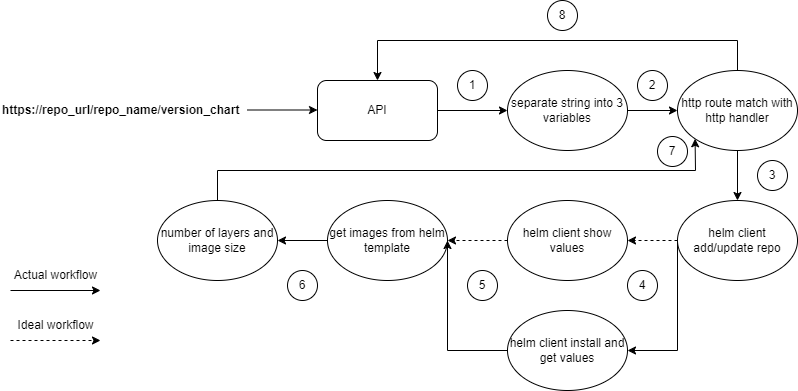
Earlier version of the draw.io export image.png (juanignacionavarro8/api_golang). Source tidied: cells renumbered, new cells last; positions are measured from the earlier drawing's top-left corner, leaving out a move shared by most shapes. The source it was exported from:
```xml
<mxGraphModel>
  <root>
    <mxCell id="0" />
    <mxCell id="1" parent="0" />
    <mxCell id="2" value="API" style="rounded=1;whiteSpace=wrap;html=1;" parent="1" vertex="1">
      <mxGeometry x="317" y="80" width="120" height="60" as="geometry" />
    </mxCell>
    <mxCell id="3" style="endArrow=classic;html=1;rounded=0;" parent="1" edge="1">
      <mxGeometry relative="1" as="geometry">
        <mxPoint x="247" y="109.5" as="sourcePoint" />
        <mxPoint x="317" y="109.5" as="targetPoint" />
      </mxGeometry>
    </mxCell>
    <mxCell id="4" value="https://repo_url/repo_name/version_chart" style="text;whiteSpace=wrap;fontStyle=1;" parent="1" vertex="1">
      <mxGeometry y="96" width="220" height="40" as="geometry" />
    </mxCell>
    <mxCell id="5" value="separate string into 3 variables" style="ellipse;whiteSpace=wrap;html=1;" parent="1" vertex="1">
      <mxGeometry x="507" y="70" width="120" height="80" as="geometry" />
    </mxCell>
    <mxCell id="6" value="http route match with http handler" style="ellipse;whiteSpace=wrap;html=1;" parent="1" vertex="1">
      <mxGeometry x="677" y="70" width="120" height="80" as="geometry" />
    </mxCell>
    <mxCell id="7" value="helm client add/update repo" style="ellipse;whiteSpace=wrap;html=1;" parent="1" vertex="1">
      <mxGeometry x="677" y="200" width="120" height="80" as="geometry" />
    </mxCell>
    <mxCell id="8" value="helm client install and get values" style="ellipse;whiteSpace=wrap;html=1;" parent="1" vertex="1">
      <mxGeometry x="507" y="310" width="120" height="80" as="geometry" />
    </mxCell>
    <mxCell id="9" value="helm client show values" style="ellipse;whiteSpace=wrap;html=1;" parent="1" vertex="1">
      <mxGeometry x="507" y="200" width="120" height="80" as="geometry" />
    </mxCell>
    <mxCell id="10" value="get images from helm template" style="ellipse;whiteSpace=wrap;html=1;" parent="1" vertex="1">
      <mxGeometry x="327" y="200" width="120" height="80" as="geometry" />
    </mxCell>
    <mxCell id="11" value="number of layers and image size" style="ellipse;whiteSpace=wrap;html=1;" parent="1" vertex="1">
      <mxGeometry x="157" y="200" width="120" height="80" as="geometry" />
    </mxCell>
    <mxCell id="12" style="endArrow=classic;html=1;rounded=0;exitX=1;exitY=0.5;exitDx=0;exitDy=0;entryX=0;entryY=0.5;entryDx=0;entryDy=0;" parent="1" edge="1" source="2" target="5">
      <mxGeometry relative="1" as="geometry" />
    </mxCell>
    <mxCell id="13" style="endArrow=classic;html=1;rounded=0;exitX=1;exitY=0.5;exitDx=0;exitDy=0;entryX=0;entryY=0.5;entryDx=0;entryDy=0;" parent="1" edge="1" source="5" target="6">
      <mxGeometry relative="1" as="geometry" />
    </mxCell>
    <mxCell id="14" style="endArrow=classic;html=1;rounded=0;entryX=0.5;entryY=0;entryDx=0;entryDy=0;exitX=0.5;exitY=1;exitDx=0;exitDy=0;" parent="1" edge="1" source="6" target="7">
      <mxGeometry relative="1" as="geometry" />
    </mxCell>
    <mxCell id="15" style="endArrow=classic;html=1;rounded=0;exitX=0;exitY=0.5;exitDx=0;exitDy=0;entryX=1;entryY=0.5;entryDx=0;entryDy=0;dashed=1;" parent="1" edge="1" source="7" target="9">
      <mxGeometry relative="1" as="geometry" />
    </mxCell>
    <mxCell id="16" style="endArrow=classic;html=1;rounded=0;entryX=1;entryY=0.5;entryDx=0;entryDy=0;" parent="1" edge="1" target="8">
      <mxGeometry relative="1" as="geometry">
        <mxPoint x="677" y="240" as="sourcePoint" />
        <Array as="points">
          <mxPoint x="677" y="350" />
        </Array>
      </mxGeometry>
    </mxCell>
    <mxCell id="17" style="endArrow=classic;html=1;rounded=0;exitX=0;exitY=0.5;exitDx=0;exitDy=0;entryX=1;entryY=0.5;entryDx=0;entryDy=0;dashed=1;" parent="1" edge="1" source="9" target="10">
      <mxGeometry relative="1" as="geometry" />
    </mxCell>
    <mxCell id="18" style="endArrow=classic;html=1;rounded=0;exitX=0;exitY=0.5;exitDx=0;exitDy=0;entryX=1;entryY=0.5;entryDx=0;entryDy=0;" parent="1" edge="1" source="8" target="10">
      <mxGeometry relative="1" as="geometry">
        <Array as="points">
          <mxPoint x="447" y="350" />
        </Array>
      </mxGeometry>
    </mxCell>
    <mxCell id="19" style="endArrow=classic;html=1;rounded=0;exitX=0;exitY=0.5;exitDx=0;exitDy=0;entryX=1;entryY=0.5;entryDx=0;entryDy=0;" parent="1" edge="1" source="10" target="11">
      <mxGeometry relative="1" as="geometry" />
    </mxCell>
    <mxCell id="20" style="endArrow=classic;html=1;rounded=0;" parent="1" edge="1">
      <mxGeometry relative="1" as="geometry">
        <mxPoint x="10" y="290" as="sourcePoint" />
        <mxPoint x="100" y="290" as="targetPoint" />
      </mxGeometry>
    </mxCell>
    <mxCell id="21" value="Actual workflow" style="text;html=1;align=center;verticalAlign=middle;strokeColor=none;fillColor=none;" parent="1" vertex="1">
      <mxGeometry y="260" width="110" height="30" as="geometry" />
    </mxCell>
    <mxCell id="22" style="endArrow=classic;html=1;rounded=0;dashed=1;" parent="1" edge="1">
      <mxGeometry relative="1" as="geometry">
        <mxPoint x="10" y="340" as="sourcePoint" />
        <mxPoint x="100" y="340" as="targetPoint" />
      </mxGeometry>
    </mxCell>
    <mxCell id="23" value="Ideal workflow" style="text;html=1;align=center;verticalAlign=middle;strokeColor=none;fillColor=none;" parent="1" vertex="1">
      <mxGeometry x="5" y="310" width="100" height="30" as="geometry" />
    </mxCell>
    <mxCell id="24" value="1" style="ellipse;whiteSpace=wrap;html=1;" parent="1" vertex="1">
      <mxGeometry x="457" y="70" width="30" height="30" as="geometry" />
    </mxCell>
    <mxCell id="25" value="2" style="ellipse;whiteSpace=wrap;html=1;" parent="1" vertex="1">
      <mxGeometry x="637" y="70" width="30" height="30" as="geometry" />
    </mxCell>
    <mxCell id="26" value="3" style="ellipse;whiteSpace=wrap;html=1;" parent="1" vertex="1">
      <mxGeometry x="757" y="160" width="30" height="30" as="geometry" />
    </mxCell>
    <mxCell id="27" value="4" style="ellipse;whiteSpace=wrap;html=1;" parent="1" vertex="1">
      <mxGeometry x="627" y="270" width="30" height="30" as="geometry" />
    </mxCell>
    <mxCell id="28" value="5" style="ellipse;whiteSpace=wrap;html=1;" parent="1" vertex="1">
      <mxGeometry x="467" y="270" width="30" height="30" as="geometry" />
    </mxCell>
    <mxCell id="29" value="6" style="ellipse;whiteSpace=wrap;html=1;" parent="1" vertex="1">
      <mxGeometry x="287" y="270" width="30" height="30" as="geometry" />
    </mxCell>
    <mxCell id="30" value="7" style="ellipse;whiteSpace=wrap;html=1;" parent="1" vertex="1">
      <mxGeometry x="657" y="136" width="30" height="30" as="geometry" />
    </mxCell>
    <mxCell id="31" style="endArrow=classic;html=1;rounded=0;exitX=0.5;exitY=0;exitDx=0;exitDy=0;entryX=0;entryY=1;entryDx=0;entryDy=0;" parent="1" edge="1" source="11" target="6">
      <mxGeometry relative="1" as="geometry">
        <Array as="points">
          <mxPoint x="217" y="170" />
          <mxPoint x="695" y="170" />
        </Array>
      </mxGeometry>
    </mxCell>
    <mxCell id="32" value="8" style="ellipse;whiteSpace=wrap;html=1;" parent="1" vertex="1">
      <mxGeometry x="547" width="30" height="30" as="geometry" />
    </mxCell>
    <mxCell id="33" style="endArrow=classic;html=1;rounded=0;exitX=0.5;exitY=0;exitDx=0;exitDy=0;entryX=0.5;entryY=0;entryDx=0;entryDy=0;" parent="1" edge="1" source="6" target="2">
      <mxGeometry relative="1" as="geometry">
        <Array as="points">
          <mxPoint x="737" y="40" />
          <mxPoint x="377" y="40" />
        </Array>
      </mxGeometry>
    </mxCell>
  </root>
</mxGraphModel>
```
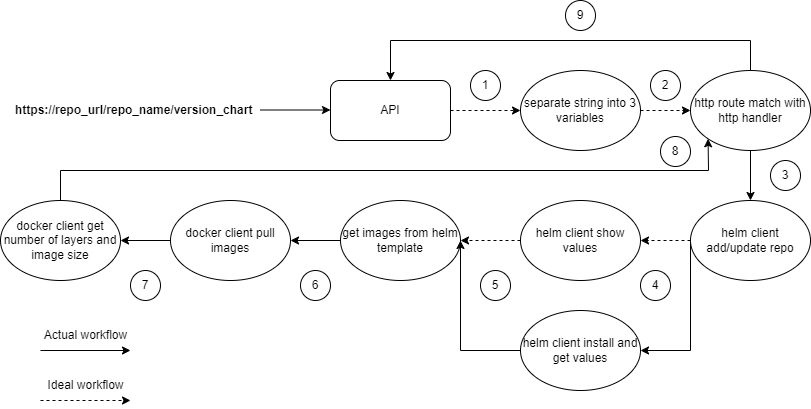
Above is the later version.

Change to the diagram source:
```diff
@@ -32,13 +32,13 @@
     <mxCell id="10" value="get images from helm template" style="ellipse;whiteSpace=wrap;html=1;" parent="1" vertex="1">
       <mxGeometry x="327" y="200" width="120" height="80" as="geometry" />
     </mxCell>
-    <mxCell id="11" value="number of layers and image size" style="ellipse;whiteSpace=wrap;html=1;" parent="1" vertex="1">
+    <mxCell id="11" value="docker client pull images" style="ellipse;whiteSpace=wrap;html=1;" parent="1" vertex="1">
       <mxGeometry x="157" y="200" width="120" height="80" as="geometry" />
     </mxCell>
-    <mxCell id="12" style="endArrow=classic;html=1;rounded=0;exitX=1;exitY=0.5;exitDx=0;exitDy=0;entryX=0;entryY=0.5;entryDx=0;entryDy=0;" parent="1" edge="1" source="2" target="5">
+    <mxCell id="12" style="endArrow=classic;html=1;rounded=0;exitX=1;exitY=0.5;exitDx=0;exitDy=0;entryX=0;entryY=0.5;entryDx=0;entryDy=0;dashed=1;" parent="1" edge="1" source="2" target="5">
       <mxGeometry relative="1" as="geometry" />
     </mxCell>
-    <mxCell id="13" style="endArrow=classic;html=1;rounded=0;exitX=1;exitY=0.5;exitDx=0;exitDy=0;entryX=0;entryY=0.5;entryDx=0;entryDy=0;" parent="1" edge="1" source="5" target="6">
+    <mxCell id="13" style="endArrow=classic;html=1;rounded=0;exitX=1;exitY=0.5;exitDx=0;exitDy=0;entryX=0;entryY=0.5;entryDx=0;entryDy=0;dashed=1;" parent="1" edge="1" source="5" target="6">
       <mxGeometry relative="1" as="geometry" />
     </mxCell>
     <mxCell id="14" style="endArrow=classic;html=1;rounded=0;entryX=0.5;entryY=0;entryDx=0;entryDy=0;exitX=0.5;exitY=1;exitDx=0;exitDy=0;" parent="1" edge="1" source="6" target="7">
@@ -70,21 +70,21 @@
     </mxCell>
     <mxCell id="20" style="endArrow=classic;html=1;rounded=0;" parent="1" edge="1">
       <mxGeometry relative="1" as="geometry">
-        <mxPoint x="10" y="290" as="sourcePoint" />
-        <mxPoint x="100" y="290" as="targetPoint" />
+        <mxPoint x="27" y="350" as="sourcePoint" />
+        <mxPoint x="117" y="350" as="targetPoint" />
       </mxGeometry>
     </mxCell>
     <mxCell id="21" value="Actual workflow" style="text;html=1;align=center;verticalAlign=middle;strokeColor=none;fillColor=none;" parent="1" vertex="1">
-      <mxGeometry y="260" width="110" height="30" as="geometry" />
+      <mxGeometry x="17" y="320" width="110" height="30" as="geometry" />
     </mxCell>
     <mxCell id="22" style="endArrow=classic;html=1;rounded=0;dashed=1;" parent="1" edge="1">
       <mxGeometry relative="1" as="geometry">
-        <mxPoint x="10" y="340" as="sourcePoint" />
-        <mxPoint x="100" y="340" as="targetPoint" />
+        <mxPoint x="27" y="400" as="sourcePoint" />
+        <mxPoint x="117" y="400" as="targetPoint" />
       </mxGeometry>
     </mxCell>
     <mxCell id="23" value="Ideal workflow" style="text;html=1;align=center;verticalAlign=middle;strokeColor=none;fillColor=none;" parent="1" vertex="1">
-      <mxGeometry x="5" y="310" width="100" height="30" as="geometry" />
+      <mxGeometry x="22" y="370" width="100" height="30" as="geometry" />
     </mxCell>
     <mxCell id="24" value="1" style="ellipse;whiteSpace=wrap;html=1;" parent="1" vertex="1">
       <mxGeometry x="457" y="70" width="30" height="30" as="geometry" />
@@ -105,18 +105,18 @@
       <mxGeometry x="287" y="270" width="30" height="30" as="geometry" />
     </mxCell>
     <mxCell id="30" value="7" style="ellipse;whiteSpace=wrap;html=1;" parent="1" vertex="1">
-      <mxGeometry x="657" y="136" width="30" height="30" as="geometry" />
+      <mxGeometry x="117" y="270" width="30" height="30" as="geometry" />
     </mxCell>
-    <mxCell id="31" style="endArrow=classic;html=1;rounded=0;exitX=0.5;exitY=0;exitDx=0;exitDy=0;entryX=0;entryY=1;entryDx=0;entryDy=0;" parent="1" edge="1" source="11" target="6">
+    <mxCell id="31" style="endArrow=classic;html=1;rounded=0;exitX=0.5;exitY=0;exitDx=0;exitDy=0;entryX=0;entryY=1;entryDx=0;entryDy=0;" parent="1" edge="1" source="34" target="6">
       <mxGeometry relative="1" as="geometry">
         <Array as="points">
-          <mxPoint x="217" y="170" />
+          <mxPoint x="47" y="170" />
           <mxPoint x="695" y="170" />
         </Array>
       </mxGeometry>
     </mxCell>
     <mxCell id="32" value="8" style="ellipse;whiteSpace=wrap;html=1;" parent="1" vertex="1">
-      <mxGeometry x="547" width="30" height="30" as="geometry" />
+      <mxGeometry x="647" y="136" width="30" height="30" as="geometry" />
     </mxCell>
     <mxCell id="33" style="endArrow=classic;html=1;rounded=0;exitX=0.5;exitY=0;exitDx=0;exitDy=0;entryX=0.5;entryY=0;entryDx=0;entryDy=0;" parent="1" edge="1" source="6" target="2">
       <mxGeometry relative="1" as="geometry">
@@ -126,5 +126,14 @@
         </Array>
       </mxGeometry>
     </mxCell>
+    <mxCell id="34" value="docker client get number of layers and image size" style="ellipse;whiteSpace=wrap;html=1;" parent="1" vertex="1">
+      <mxGeometry x="-13" y="200" width="120" height="80" as="geometry" />
+    </mxCell>
+    <mxCell id="35" style="endArrow=classic;html=1;rounded=0;exitX=0;exitY=0.5;exitDx=0;exitDy=0;entryX=1;entryY=0.5;entryDx=0;entryDy=0;" parent="1" edge="1" source="11" target="34">
+      <mxGeometry relative="1" as="geometry" />
+    </mxCell>
+    <mxCell id="36" value="9" style="ellipse;whiteSpace=wrap;html=1;" parent="1" vertex="1">
+      <mxGeometry x="552" width="30" height="30" as="geometry" />
+    </mxCell>
   </root>
 </mxGraphModel>
```
